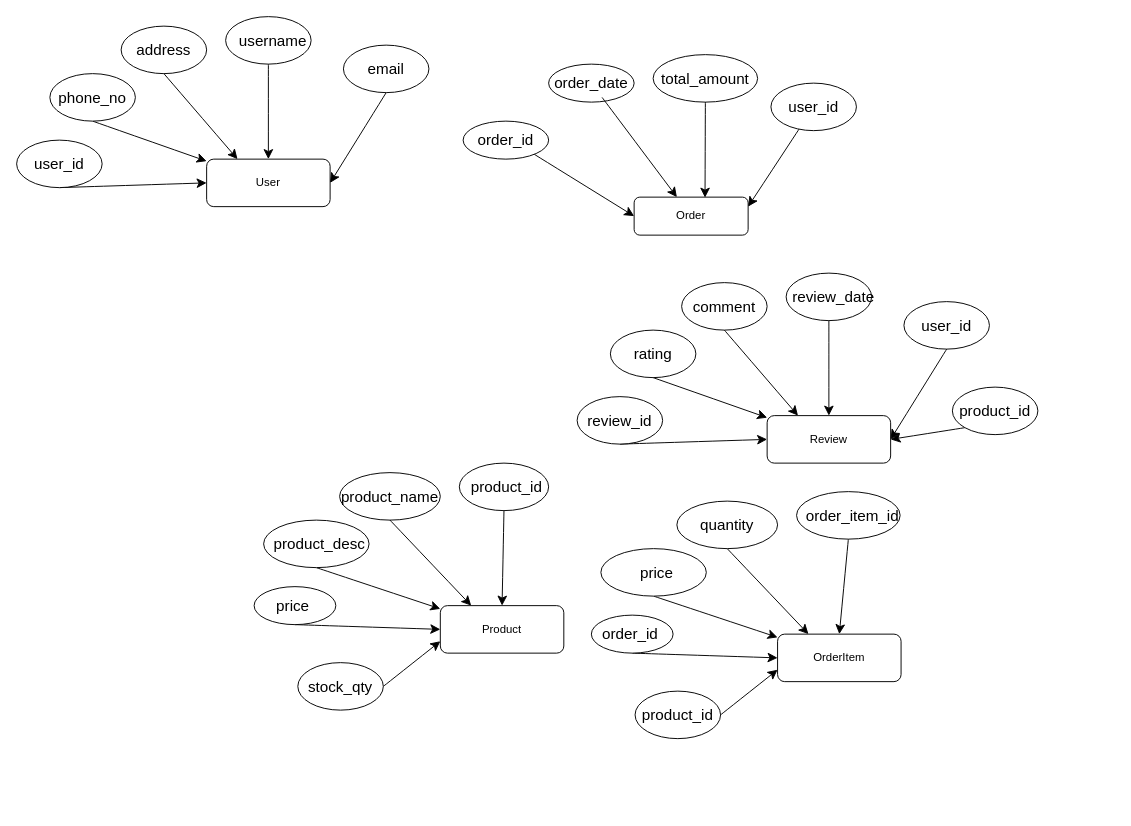
Earlier version of the draw.io diagram Untitled Diagram.drawio (aais1/ts). Source tidied: cells renumbered, new cells numbered last; positions are measured from the earlier drawing's top-left corner, leaving out a move shared by most shapes. Both pictures are drawn from the tidied source at 95%, with x=0, y=0 at pixel (16, 16).
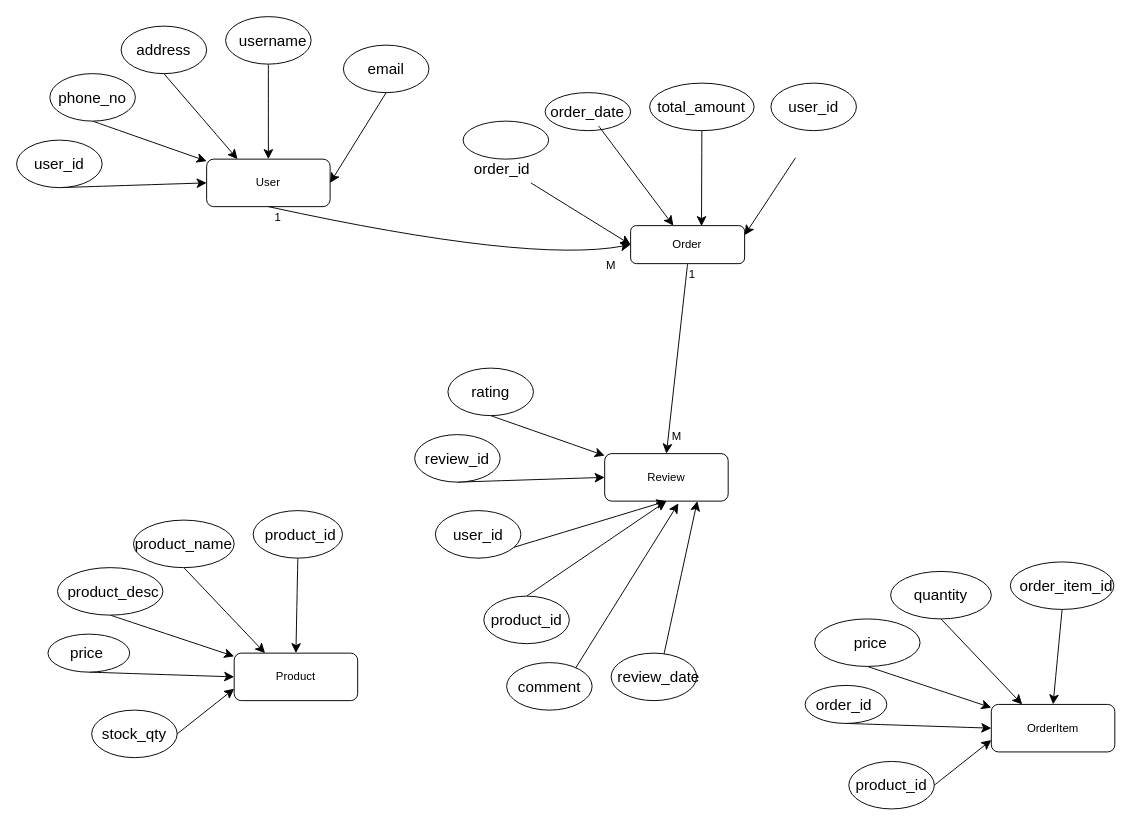
The same page after the edit.

The change refers to these unchanged cells:
```xml
<mxCell id="5" value="User" style="rounded=1;whiteSpace=wrap;html=1;fontSize=12;glass=0;strokeWidth=1;shadow=0;" parent="1" vertex="1">
  <mxGeometry x="200" y="150" width="130" height="50" as="geometry" />
</mxCell>
<mxCell id="25" style="ellipse;whiteSpace=wrap;html=1;" parent="1" vertex="1">
  <mxGeometry x="794" y="70" width="90" height="50" as="geometry" />
</mxCell>
```

Change to the diagram source:
```diff
@@
-<mxGraphModel>
+<mxGraphModel background="#ffffff">
@@
-    <mxCell id="2" style="edgeStyle=none;curved=1;rounded=0;jettySize=auto;html=1;exitX=0;exitY=1;exitDx=0;exitDy=0;entryX=1;entryY=0.5;entryDx=0;entryDy=0;fontSize=12;startSize=8;endSize=8;" parent="1" edge="1" source="3" target="33">
+    <mxCell id="2" style="edgeStyle=none;curved=1;rounded=0;jettySize=auto;html=1;exitX=0.5;exitY=0;exitDx=0;exitDy=0;entryX=0.5;entryY=1;entryDx=0;entryDy=0;fontSize=12;startSize=8;endSize=8;" parent="1" edge="1" source="3" target="33">
       <mxGeometry relative="1" as="geometry" />
     </mxCell>
     <mxCell id="3" style="ellipse;whiteSpace=wrap;html=1;" parent="1" vertex="1">
-      <mxGeometry x="985" y="390" width="90" height="50" as="geometry" />
+      <mxGeometry x="491.8" y="610" width="90" height="50" as="geometry" />
     </mxCell>
@@
     <mxCell id="6" value="Order" style="rounded=1;whiteSpace=wrap;html=1;fontSize=12;glass=0;strokeWidth=1;shadow=0;" parent="1" vertex="1">
-      <mxGeometry x="650" y="190" width="120" height="40" as="geometry" />
+      <mxGeometry x="646.3" y="220" width="120" height="40" as="geometry" />
     </mxCell>
@@
     <mxCell id="22" style="ellipse;whiteSpace=wrap;html=1;" parent="1" vertex="1">
-      <mxGeometry x="670" y="40" width="110" height="50" as="geometry" />
+      <mxGeometry x="666.3" y="70" width="110" height="50" as="geometry" />
     </mxCell>
     <mxCell id="23" value="total_amount&lt;div&gt;&lt;br&gt;&lt;/div&gt;" style="text;html=1;align=center;verticalAlign=middle;whiteSpace=wrap;rounded=0;fontSize=16;" parent="1" vertex="1">
-      <mxGeometry x="680" y="60" width="90" height="30" as="geometry" />
+      <mxGeometry x="676.3" y="90" width="90" height="30" as="geometry" />
     </mxCell>
-    <mxCell id="24" style="edgeStyle=none;curved=1;rounded=0;jettySize=auto;html=1;entryX=1;entryY=0.25;entryDx=0;entryDy=0;fontSize=12;startSize=8;endSize=8;" parent="1" edge="1" source="25" target="6">
-      <mxGeometry relative="1" as="geometry" />
+    <mxCell id="24" style="edgeStyle=none;curved=1;rounded=0;jettySize=auto;html=1;entryX=1;entryY=0.25;entryDx=0;entryDy=0;fontSize=12;startSize=8;endSize=8;" parent="1" edge="1" target="6">
+      <mxGeometry relative="1" as="geometry">
+        <mxPoint x="820" y="148.5" as="sourcePoint" />
+      </mxGeometry>
     </mxCell>
@@
     <mxCell id="28" value="order_id" style="text;html=1;align=center;verticalAlign=middle;whiteSpace=wrap;rounded=0;fontSize=16;" parent="1" vertex="1">
-      <mxGeometry x="485" y="115" width="60" height="30" as="geometry" />
+      <mxGeometry x="481.3" y="145" width="60" height="30" as="geometry" />
     </mxCell>
     <mxCell id="29" style="ellipse;whiteSpace=wrap;html=1;" parent="1" vertex="1">
-      <mxGeometry x="560" y="50" width="90" height="40" as="geometry" />
+      <mxGeometry x="556.3" y="80" width="90" height="40" as="geometry" />
     </mxCell>
@@
     <mxCell id="31" value="order_date" style="text;html=1;align=center;verticalAlign=middle;whiteSpace=wrap;rounded=0;fontSize=16;" parent="1" vertex="1">
-      <mxGeometry x="575" y="55" width="60" height="30" as="geometry" />
+      <mxGeometry x="571.3" y="85" width="60" height="30" as="geometry" />
     </mxCell>
@@
     <mxCell id="33" value="Review" style="rounded=1;whiteSpace=wrap;html=1;fontSize=12;glass=0;strokeWidth=1;shadow=0;" parent="1" vertex="1">
-      <mxGeometry x="790" y="420" width="130" height="50" as="geometry" />
+      <mxGeometry x="619" y="460" width="130" height="50" as="geometry" />
     </mxCell>
@@
     <mxCell id="35" style="ellipse;whiteSpace=wrap;html=1;" parent="1" vertex="1">
-      <mxGeometry x="590" y="400" width="90" height="50" as="geometry" />
+      <mxGeometry x="419" y="440" width="90" height="50" as="geometry" />
     </mxCell>
     <mxCell id="36" value="review_id" style="text;html=1;align=center;verticalAlign=middle;whiteSpace=wrap;rounded=0;fontSize=16;" parent="1" vertex="1">
-      <mxGeometry x="605" y="410" width="60" height="30" as="geometry" />
+      <mxGeometry x="434" y="450" width="60" height="30" as="geometry" />
     </mxCell>
-    <mxCell id="37" style="edgeStyle=none;curved=1;rounded=0;jettySize=auto;html=1;exitX=0.5;exitY=1;exitDx=0;exitDy=0;entryX=0.5;entryY=0;entryDx=0;entryDy=0;fontSize=12;startSize=8;endSize=8;" parent="1" edge="1" source="38" target="33">
+    <mxCell id="37" style="edgeStyle=none;curved=1;rounded=0;jettySize=auto;html=1;exitX=0.5;exitY=1;exitDx=0;exitDy=0;entryX=0.75;entryY=1;entryDx=0;entryDy=0;fontSize=12;startSize=8;endSize=8;" parent="1" edge="1" source="38" target="33">
       <mxGeometry relative="1" as="geometry" />
     </mxCell>
     <mxCell id="38" style="ellipse;whiteSpace=wrap;html=1;" parent="1" vertex="1">
-      <mxGeometry x="810" y="270" width="90" height="50" as="geometry" />
+      <mxGeometry x="625.8" y="670" width="90" height="50" as="geometry" />
     </mxCell>
     <mxCell id="39" value="review_date" style="text;html=1;align=center;verticalAlign=middle;whiteSpace=wrap;rounded=0;fontSize=16;" parent="1" vertex="1">
-      <mxGeometry x="830" y="280" width="60" height="30" as="geometry" />
+      <mxGeometry x="645.8" y="680" width="60" height="30" as="geometry" />
     </mxCell>
-    <mxCell id="40" style="edgeStyle=none;curved=1;rounded=0;jettySize=auto;html=1;exitX=0.5;exitY=1;exitDx=0;exitDy=0;entryX=1;entryY=0.5;entryDx=0;entryDy=0;fontSize=12;startSize=8;endSize=8;" parent="1" edge="1" source="41" target="33">
+    <mxCell id="40" style="edgeStyle=none;curved=1;rounded=0;jettySize=auto;html=1;exitX=0.5;exitY=1;exitDx=0;exitDy=0;entryX=0.5;entryY=1;entryDx=0;entryDy=0;fontSize=12;startSize=8;endSize=8;" parent="1" edge="1" source="41" target="33">
       <mxGeometry relative="1" as="geometry" />
     </mxCell>
     <mxCell id="41" style="ellipse;whiteSpace=wrap;html=1;" parent="1" vertex="1">
-      <mxGeometry x="934" y="300" width="90" height="50" as="geometry" />
+      <mxGeometry x="440.8" y="520" width="90" height="50" as="geometry" />
     </mxCell>
     <mxCell id="42" value="user_id" style="text;html=1;align=center;verticalAlign=middle;whiteSpace=wrap;rounded=0;fontSize=16;" parent="1" vertex="1">
-      <mxGeometry x="949" y="310" width="60" height="30" as="geometry" />
+      <mxGeometry x="455.8" y="530" width="60" height="30" as="geometry" />
     </mxCell>
@@
     <mxCell id="44" style="ellipse;whiteSpace=wrap;html=1;" parent="1" vertex="1">
-      <mxGeometry x="625" y="330" width="90" height="50" as="geometry" />
+      <mxGeometry x="454" y="370" width="90" height="50" as="geometry" />
     </mxCell>
     <mxCell id="45" value="rating" style="text;html=1;align=center;verticalAlign=middle;whiteSpace=wrap;rounded=0;fontSize=16;" parent="1" vertex="1">
-      <mxGeometry x="640" y="340" width="60" height="30" as="geometry" />
+      <mxGeometry x="469" y="380" width="60" height="30" as="geometry" />
     </mxCell>
-    <mxCell id="46" style="edgeStyle=none;curved=1;rounded=0;jettySize=auto;html=1;exitX=0.5;exitY=1;exitDx=0;exitDy=0;entryX=0.25;entryY=0;entryDx=0;entryDy=0;fontSize=12;startSize=8;endSize=8;" parent="1" edge="1" source="47" target="33">
+    <mxCell id="46" style="edgeStyle=none;curved=1;rounded=0;jettySize=auto;html=1;exitX=0.5;exitY=1;exitDx=0;exitDy=0;entryX=0.597;entryY=1.046;entryDx=0;entryDy=0;fontSize=12;startSize=8;endSize=8;entryPerimeter=0;" parent="1" edge="1" source="47" target="33">
       <mxGeometry relative="1" as="geometry" />
     </mxCell>
     <mxCell id="47" style="ellipse;whiteSpace=wrap;html=1;" parent="1" vertex="1">
-      <mxGeometry x="700" y="280" width="90" height="50" as="geometry" />
+      <mxGeometry x="515.8" y="680" width="90" height="50" as="geometry" />
     </mxCell>
     <mxCell id="48" value="comment" style="text;html=1;align=center;verticalAlign=middle;whiteSpace=wrap;rounded=0;fontSize=16;" parent="1" vertex="1">
-      <mxGeometry x="715" y="290" width="60" height="30" as="geometry" />
+      <mxGeometry x="530.8" y="690" width="60" height="30" as="geometry" />
     </mxCell>
     <mxCell id="49" value="product_id" style="text;html=1;align=center;verticalAlign=middle;whiteSpace=wrap;rounded=0;fontSize=16;" parent="1" vertex="1">
-      <mxGeometry x="1000" y="400" width="60" height="30" as="geometry" />
+      <mxGeometry x="506.8" y="620" width="60" height="30" as="geometry" />
     </mxCell>
     <mxCell id="50" value="Product" style="rounded=1;whiteSpace=wrap;html=1;fontSize=12;glass=0;strokeWidth=1;shadow=0;" parent="1" vertex="1">
-      <mxGeometry x="446" y="620" width="130" height="50" as="geometry" />
+      <mxGeometry x="229" y="670" width="130" height="50" as="geometry" />
     </mxCell>
@@
     <mxCell id="52" style="ellipse;whiteSpace=wrap;html=1;" parent="1" vertex="1">
-      <mxGeometry x="250" y="600" width="86" height="40" as="geometry" />
+      <mxGeometry x="33" y="650" width="86" height="40" as="geometry" />
     </mxCell>
     <mxCell id="53" value="price" style="text;html=1;align=center;verticalAlign=middle;whiteSpace=wrap;rounded=0;fontSize=16;" parent="1" vertex="1">
-      <mxGeometry x="261" y="610" width="60" height="20" as="geometry" />
+      <mxGeometry x="44" y="660" width="60" height="20" as="geometry" />
     </mxCell>
@@
     <mxCell id="55" style="ellipse;whiteSpace=wrap;html=1;" parent="1" vertex="1">
-      <mxGeometry x="466" y="470" width="94" height="50" as="geometry" />
+      <mxGeometry x="249" y="520" width="94" height="50" as="geometry" />
     </mxCell>
     <mxCell id="56" value="product_id" style="text;html=1;align=center;verticalAlign=middle;whiteSpace=wrap;rounded=0;fontSize=16;" parent="1" vertex="1">
-      <mxGeometry x="486" y="480" width="60" height="30" as="geometry" />
+      <mxGeometry x="269" y="530" width="60" height="30" as="geometry" />
     </mxCell>
@@
     <mxCell id="58" style="ellipse;whiteSpace=wrap;html=1;" parent="1" vertex="1">
-      <mxGeometry x="260" y="530" width="111" height="50" as="geometry" />
+      <mxGeometry x="43" y="580" width="111" height="50" as="geometry" />
     </mxCell>
     <mxCell id="59" value="product_desc" style="text;html=1;align=center;verticalAlign=middle;whiteSpace=wrap;rounded=0;fontSize=16;" parent="1" vertex="1">
-      <mxGeometry x="296" y="540" width="46" height="30" as="geometry" />
+      <mxGeometry x="79" y="590" width="46" height="30" as="geometry" />
     </mxCell>
@@
     <mxCell id="61" style="ellipse;whiteSpace=wrap;html=1;" parent="1" vertex="1">
-      <mxGeometry x="340" y="480" width="106" height="50" as="geometry" />
+      <mxGeometry x="123" y="530" width="106" height="50" as="geometry" />
     </mxCell>
     <mxCell id="62" value="product_name" style="text;html=1;align=center;verticalAlign=middle;whiteSpace=wrap;rounded=0;fontSize=16;" parent="1" vertex="1">
-      <mxGeometry x="363" y="490" width="60" height="30" as="geometry" />
+      <mxGeometry x="146" y="540" width="60" height="30" as="geometry" />
     </mxCell>
@@
     <mxCell id="64" style="ellipse;whiteSpace=wrap;html=1;" parent="1" vertex="1">
-      <mxGeometry x="296" y="680" width="90" height="50" as="geometry" />
+      <mxGeometry x="79" y="730" width="90" height="50" as="geometry" />
     </mxCell>
     <mxCell id="65" value="stock_qty" style="text;html=1;align=center;verticalAlign=middle;whiteSpace=wrap;rounded=0;fontSize=16;" parent="1" vertex="1">
-      <mxGeometry x="311" y="690" width="60" height="30" as="geometry" />
+      <mxGeometry x="94" y="740" width="60" height="30" as="geometry" />
     </mxCell>
     <mxCell id="66" value="OrderItem" style="rounded=1;whiteSpace=wrap;html=1;fontSize=12;glass=0;strokeWidth=1;shadow=0;" parent="1" vertex="1">
-      <mxGeometry x="801" y="650" width="130" height="50" as="geometry" />
+      <mxGeometry x="1026" y="724" width="130" height="50" as="geometry" />
     </mxCell>
@@
     <mxCell id="68" style="ellipse;whiteSpace=wrap;html=1;" parent="1" vertex="1">
-      <mxGeometry x="605" y="630" width="86" height="40" as="geometry" />
+      <mxGeometry x="830" y="704" width="86" height="40" as="geometry" />
     </mxCell>
     <mxCell id="69" value="order_id" style="text;html=1;align=center;verticalAlign=middle;whiteSpace=wrap;rounded=0;fontSize=16;" parent="1" vertex="1">
-      <mxGeometry x="616" y="640" width="60" height="20" as="geometry" />
+      <mxGeometry x="841" y="714" width="60" height="20" as="geometry" />
     </mxCell>
@@
     <mxCell id="71" style="ellipse;whiteSpace=wrap;html=1;" parent="1" vertex="1">
-      <mxGeometry x="821" y="500" width="109" height="50" as="geometry" />
+      <mxGeometry x="1046" y="574" width="109" height="50" as="geometry" />
     </mxCell>
     <mxCell id="72" value="order_item_id" style="text;html=1;align=center;verticalAlign=middle;whiteSpace=wrap;rounded=0;fontSize=16;" parent="1" vertex="1">
-      <mxGeometry x="850" y="510" width="60" height="30" as="geometry" />
+      <mxGeometry x="1075" y="584" width="60" height="30" as="geometry" />
     </mxCell>
@@
     <mxCell id="74" style="ellipse;whiteSpace=wrap;html=1;" parent="1" vertex="1">
-      <mxGeometry x="615" y="560" width="111" height="50" as="geometry" />
+      <mxGeometry x="840" y="634" width="111" height="50" as="geometry" />
     </mxCell>
     <mxCell id="75" value="price" style="text;html=1;align=center;verticalAlign=middle;whiteSpace=wrap;rounded=0;fontSize=16;" parent="1" vertex="1">
-      <mxGeometry x="651" y="570" width="46" height="30" as="geometry" />
+      <mxGeometry x="876" y="644" width="46" height="30" as="geometry" />
     </mxCell>
@@
     <mxCell id="77" style="ellipse;whiteSpace=wrap;html=1;" parent="1" vertex="1">
-      <mxGeometry x="695" y="510" width="106" height="50" as="geometry" />
+      <mxGeometry x="920" y="584" width="106" height="50" as="geometry" />
     </mxCell>
     <mxCell id="78" value="quantity" style="text;html=1;align=center;verticalAlign=middle;whiteSpace=wrap;rounded=0;fontSize=16;" parent="1" vertex="1">
-      <mxGeometry x="718" y="520" width="60" height="30" as="geometry" />
+      <mxGeometry x="943" y="594" width="60" height="30" as="geometry" />
     </mxCell>
@@
     <mxCell id="80" style="ellipse;whiteSpace=wrap;html=1;" parent="1" vertex="1">
-      <mxGeometry x="651" y="710" width="90" height="50" as="geometry" />
+      <mxGeometry x="876" y="784" width="90" height="50" as="geometry" />
     </mxCell>
     <mxCell id="81" value="product_id" style="text;html=1;align=center;verticalAlign=middle;whiteSpace=wrap;rounded=0;fontSize=16;" parent="1" vertex="1">
-      <mxGeometry x="666" y="720" width="60" height="30" as="geometry" />
+      <mxGeometry x="891" y="794" width="60" height="30" as="geometry" />
     </mxCell>
+    <mxCell id="82" style="endArrow=classic;html=1;rounded=0;fontSize=12;startSize=8;endSize=8;curved=1;exitX=0.5;exitY=1;exitDx=0;exitDy=0;entryX=0;entryY=0.5;entryDx=0;entryDy=0;" parent="1" edge="1" source="5" target="6">
+      <mxGeometry relative="1" as="geometry">
+        <Array as="points">
+          <mxPoint x="540" y="260" />
+        </Array>
+      </mxGeometry>
+    </mxCell>
+    <mxCell id="83" value="1" style="edgeLabel;html=1;fontSize=12;align=left;verticalAlign=bottom;" parent="82" vertex="1">
+      <mxGeometry x="-1" relative="1" as="geometry">
+        <mxPoint x="5" y="20" as="offset" />
+      </mxGeometry>
+    </mxCell>
+    <mxCell id="84" value="M" style="edgeLabel;html=1;fontSize=12;align=right;verticalAlign=bottom;" parent="82" vertex="1">
+      <mxGeometry x="1" relative="1" as="geometry">
+        <mxPoint x="-16" y="30" as="offset" />
+      </mxGeometry>
+    </mxCell>
+    <mxCell id="85" style="endArrow=classic;html=1;rounded=0;fontSize=12;startSize=8;endSize=8;curved=1;entryX=0.5;entryY=0;entryDx=0;entryDy=0;exitX=0.5;exitY=1;exitDx=0;exitDy=0;" parent="1" edge="1" source="6" target="33">
+      <mxGeometry relative="1" as="geometry" />
+    </mxCell>
+    <mxCell id="86" value="1" style="edgeLabel;html=1;fontSize=12;align=left;verticalAlign=bottom;" parent="85" vertex="1">
+      <mxGeometry x="-1" relative="1" as="geometry">
+        <mxPoint y="20" as="offset" />
+      </mxGeometry>
+    </mxCell>
+    <mxCell id="87" value="M" style="edgeLabel;html=1;fontSize=12;align=right;verticalAlign=bottom;" parent="85" vertex="1">
+      <mxGeometry x="1" relative="1" as="geometry">
+        <mxPoint x="16" y="-10" as="offset" />
+      </mxGeometry>
+    </mxCell>
```
